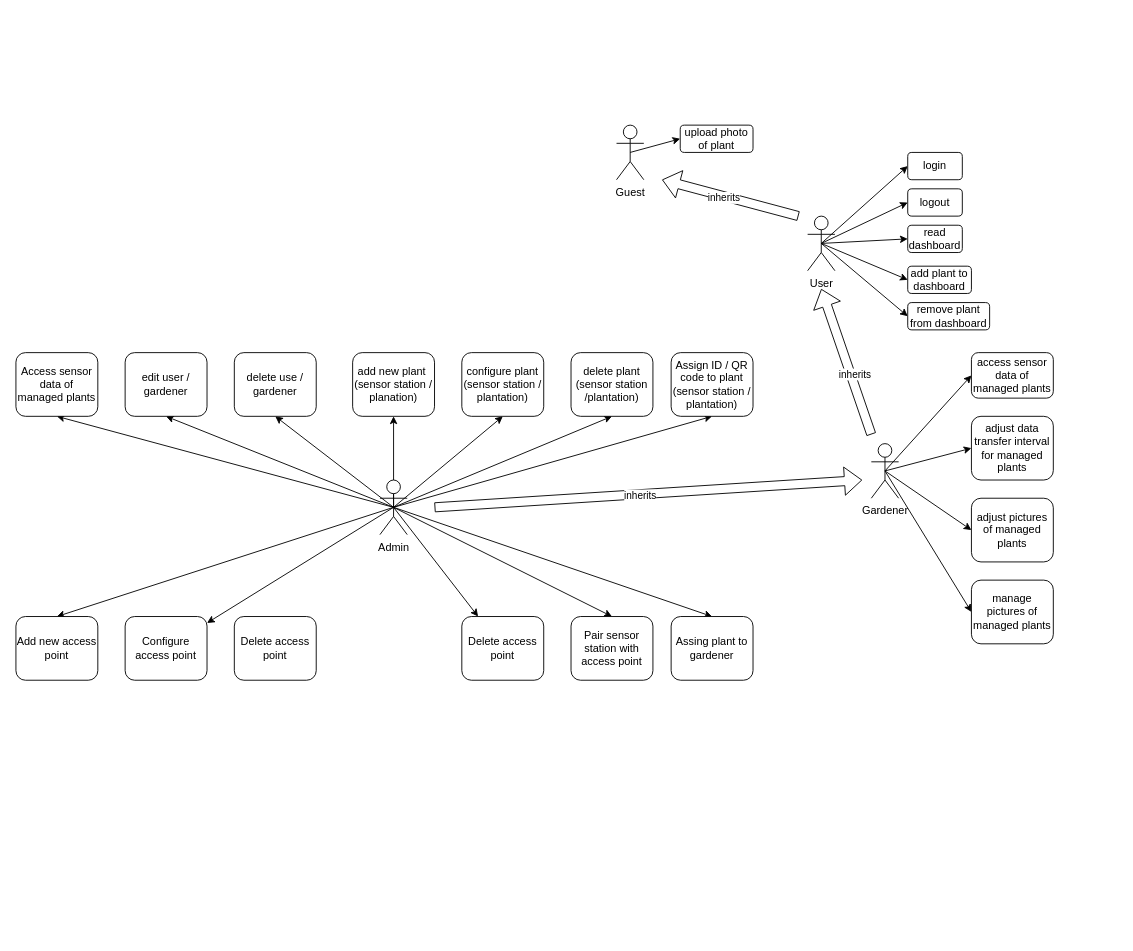
FabioPlunser/SWE keeps this draw.io diagram as Diagrams/use-case-diagram.drawio. Above is the earlier version. Source tidied: cells renumbered, new cells numbered last; positions are measured from the earlier drawing's top-left corner, leaving out a move shared by most shapes. Both pictures are drawn from the tidied source at 91%, with x=0, y=0 at pixel (15, 125).
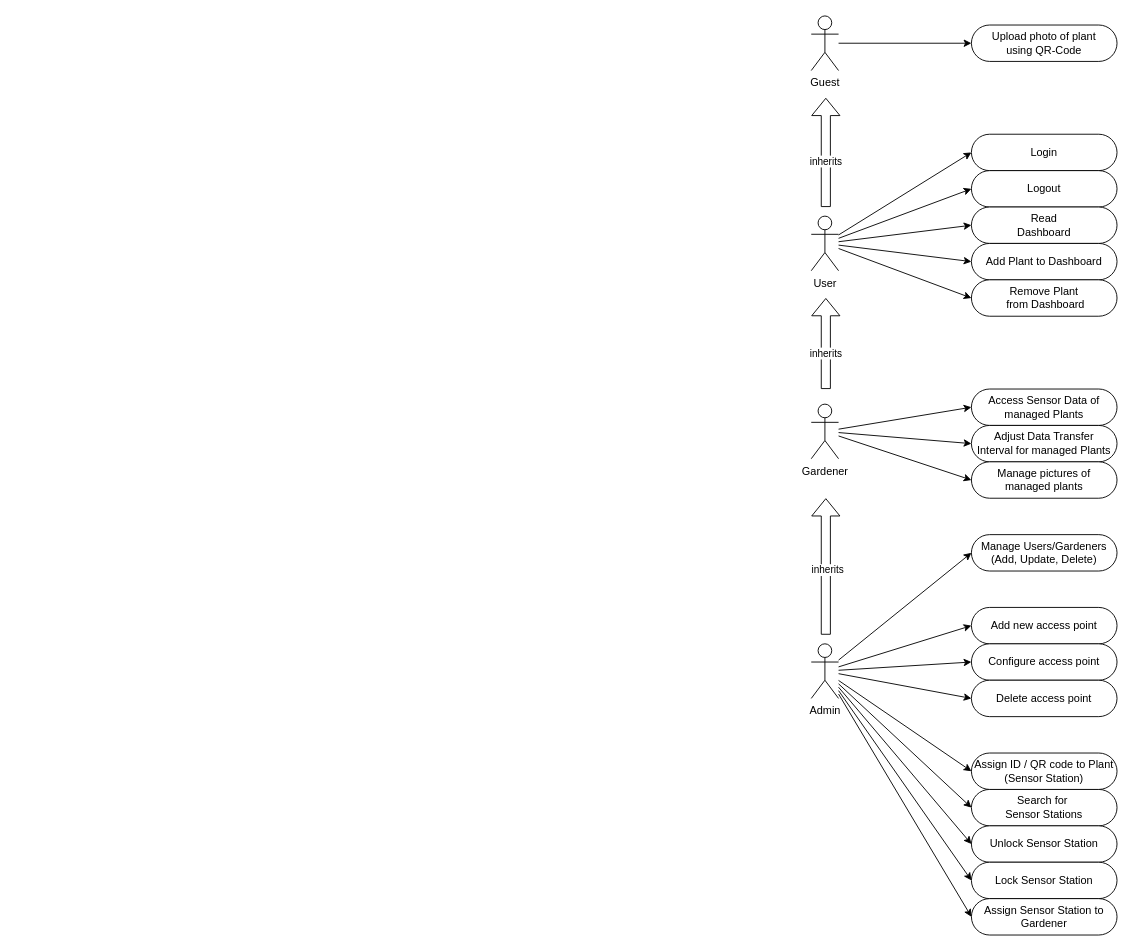
The same page after the edit.

Commit message (it also covers changes not shown here):
Fixed Use Case Diagram

What changed in the source:
```diff
@@
-    <mxCell id="2" style="rounded=0;jettySize=auto;html=1;exitX=0.5;exitY=0.5;exitDx=0;exitDy=0;exitPerimeter=0;entryX=0;entryY=0.5;entryDx=0;entryDy=0;" parent="1" edge="1" source="9" target="10">
+    <mxCell id="2" style="rounded=0;jettySize=auto;html=1;entryX=0;entryY=0.5;entryDx=0;entryDy=0;" parent="1" edge="1" source="9" target="10">
       <mxGeometry relative="1" as="geometry" />
     </mxCell>
-    <mxCell id="3" style="rounded=0;jettySize=auto;html=1;exitX=0.5;exitY=0.5;exitDx=0;exitDy=0;exitPerimeter=0;entryX=0;entryY=0.5;entryDx=0;entryDy=0;" parent="1" edge="1" source="9" target="11">
+    <mxCell id="3" style="rounded=0;jettySize=auto;html=1;entryX=0;entryY=0.5;entryDx=0;entryDy=0;" parent="1" edge="1" source="9" target="11">
       <mxGeometry relative="1" as="geometry" />
     </mxCell>
-    <mxCell id="4" style="rounded=0;jettySize=auto;html=1;exitX=0.5;exitY=0.5;exitDx=0;exitDy=0;exitPerimeter=0;entryX=0;entryY=0.5;entryDx=0;entryDy=0;" parent="1" edge="1" source="9" target="12">
+    <mxCell id="4" style="rounded=0;jettySize=auto;html=1;entryX=0;entryY=0.5;entryDx=0;entryDy=0;" parent="1" edge="1" source="9" target="12">
       <mxGeometry relative="1" as="geometry" />
     </mxCell>
-    <mxCell id="5" style="rounded=0;jettySize=auto;html=1;exitX=0.5;exitY=0.5;exitDx=0;exitDy=0;exitPerimeter=0;entryX=0;entryY=0.5;entryDx=0;entryDy=0;" parent="1" edge="1" source="9" target="13">
+    <mxCell id="5" style="rounded=0;jettySize=auto;html=1;entryX=0;entryY=0.5;entryDx=0;entryDy=0;" parent="1" edge="1" source="9" target="13">
       <mxGeometry relative="1" as="geometry" />
     </mxCell>
-    <mxCell id="6" style="rounded=0;jettySize=auto;html=1;exitX=0.5;exitY=0.5;exitDx=0;exitDy=0;exitPerimeter=0;entryX=0;entryY=0.5;entryDx=0;entryDy=0;" parent="1" edge="1" source="9" target="14">
+    <mxCell id="6" style="rounded=0;jettySize=auto;html=1;entryX=0;entryY=0.5;entryDx=0;entryDy=0;" parent="1" edge="1" source="9" target="14">
       <mxGeometry relative="1" as="geometry" />
     </mxCell>
     <mxCell id="7" style="rounded=0;orthogonalLoop=1;jettySize=auto;html=1;endArrow=block;endFill=0;shape=flexArrow;" parent="1" edge="1">
       <mxGeometry relative="1" as="geometry">
-        <mxPoint x="860" y="100" as="sourcePoint" />
-        <mxPoint x="710" y="60" as="targetPoint" />
+        <mxPoint x="890" y="90" as="sourcePoint" />
+        <mxPoint x="890" y="-30" as="targetPoint" />
       </mxGeometry>
     </mxCell>
     <mxCell id="8" value="inherits" style="edgeLabel;html=1;align=center;verticalAlign=middle;" parent="7" vertex="1">
-      <mxGeometry x="0.1" y="1" relative="1" as="geometry" />
+      <mxGeometry x="0.1" y="1" relative="1" as="geometry">
+        <mxPoint y="15" as="offset" />
+      </mxGeometry>
     </mxCell>
     <mxCell id="9" value="User&lt;br&gt;" style="shape=umlActor;verticalLabelPosition=bottom;verticalAlign=top;html=1;outlineConnect=0;" parent="1" vertex="1">
-      <mxGeometry x="870" y="100" width="30" height="60" as="geometry" />
+      <mxGeometry x="874" y="100" width="30" height="60" as="geometry" />
     </mxCell>
-    <mxCell id="10" value="login" style="rounded=1;whiteSpace=wrap;html=1;" parent="1" vertex="1">
-      <mxGeometry x="980" y="30" width="60" height="30" as="geometry" />
+    <mxCell id="10" value="Login" style="rounded=1;whiteSpace=wrap;html=1;arcSize=50;" parent="1" vertex="1">
+      <mxGeometry x="1050" y="10" width="160" height="40" as="geometry" />
     </mxCell>
-    <mxCell id="11" value="logout" style="rounded=1;whiteSpace=wrap;html=1;" parent="1" vertex="1">
-      <mxGeometry x="980" y="70" width="60" height="30" as="geometry" />
+    <mxCell id="11" value="Logout" style="rounded=1;whiteSpace=wrap;html=1;arcSize=50;" parent="1" vertex="1">
+      <mxGeometry x="1050" y="50" width="160" height="40" as="geometry" />
     </mxCell>
-    <mxCell id="12" value="read&lt;br&gt;dashboard" style="rounded=1;whiteSpace=wrap;html=1;" parent="1" vertex="1">
-      <mxGeometry x="980" y="110" width="60" height="30" as="geometry" />
+    <mxCell id="12" value="Read&lt;br&gt;Dashboard" style="rounded=1;whiteSpace=wrap;html=1;arcSize=50;" parent="1" vertex="1">
+      <mxGeometry x="1050" y="90" width="160" height="40" as="geometry" />
     </mxCell>
-    <mxCell id="13" value="add plant to dashboard" style="rounded=1;whiteSpace=wrap;html=1;" parent="1" vertex="1">
-      <mxGeometry x="980" y="155" width="70" height="30" as="geometry" />
+    <mxCell id="13" value="Add Plant to Dashboard" style="rounded=1;whiteSpace=wrap;html=1;arcSize=50;" parent="1" vertex="1">
+      <mxGeometry x="1050" y="130" width="160" height="40" as="geometry" />
     </mxCell>
-    <mxCell id="14" value="remove plant from dashboard" style="rounded=1;whiteSpace=wrap;html=1;" parent="1" vertex="1">
-      <mxGeometry x="980" y="195" width="90" height="30" as="geometry" />
+    <mxCell id="14" value="Remove Plant&lt;br&gt;&amp;nbsp;from Dashboard" style="rounded=1;whiteSpace=wrap;html=1;arcSize=50;" parent="1" vertex="1">
+      <mxGeometry x="1050" y="170" width="160" height="40" as="geometry" />
     </mxCell>
-    <mxCell id="15" style="rounded=0;jettySize=auto;html=1;exitX=0.5;exitY=0.5;exitDx=0;exitDy=0;exitPerimeter=0;entryX=0;entryY=0.5;entryDx=0;entryDy=0;" parent="1" edge="1" source="21" target="22">
+    <mxCell id="15" style="rounded=0;jettySize=auto;html=1;entryX=0;entryY=0.5;entryDx=0;entryDy=0;" parent="1" edge="1" source="21" target="22">
       <mxGeometry relative="1" as="geometry" />
     </mxCell>
-    <mxCell id="16" style="rounded=0;jettySize=auto;html=1;exitX=0.5;exitY=0.5;exitDx=0;exitDy=0;exitPerimeter=0;entryX=0;entryY=0.5;entryDx=0;entryDy=0;" parent="1" edge="1" source="21" target="23">
+    <mxCell id="16" style="rounded=0;jettySize=auto;html=1;entryX=0;entryY=0.5;entryDx=0;entryDy=0;" parent="1" edge="1" source="21" target="23">
       <mxGeometry relative="1" as="geometry" />
     </mxCell>
-    <mxCell id="17" style="rounded=0;jettySize=auto;html=1;exitX=0.5;exitY=0.5;exitDx=0;exitDy=0;exitPerimeter=0;entryX=0;entryY=0.5;entryDx=0;entryDy=0;" parent="1" edge="1" source="21" target="24">
+    <mxCell id="17" style="rounded=0;jettySize=auto;html=1;entryX=0;entryY=0.5;entryDx=0;entryDy=0;" parent="1" edge="1" source="21" target="25">
       <mxGeometry relative="1" as="geometry" />
     </mxCell>
-    <mxCell id="18" style="rounded=0;jettySize=auto;html=1;exitX=0.5;exitY=0.5;exitDx=0;exitDy=0;exitPerimeter=0;entryX=0;entryY=0.5;entryDx=0;entryDy=0;" parent="1" edge="1" source="21" target="25">
-      <mxGeometry relative="1" as="geometry" />
-    </mxCell>
     <mxCell id="19" style="rounded=0;orthogonalLoop=1;jettySize=auto;html=1;endArrow=block;endFill=0;shape=flexArrow;" parent="1" edge="1">
       <mxGeometry relative="1" as="geometry">
-        <mxPoint x="940" y="340" as="sourcePoint" />
-        <mxPoint x="885" y="180" as="targetPoint" />
+        <mxPoint x="890" y="290" as="sourcePoint" />
+        <mxPoint x="890" y="190" as="targetPoint" />
       </mxGeometry>
     </mxCell>
     <mxCell id="20" value="inherits" style="edgeLabel;html=1;align=center;verticalAlign=middle;" parent="19" vertex="1">
-      <mxGeometry x="-0.19" y="-4" relative="1" as="geometry" />
+      <mxGeometry x="-0.19" y="-4" relative="1" as="geometry">
+        <mxPoint x="-5" y="1" as="offset" />
+      </mxGeometry>
     </mxCell>
     <mxCell id="21" value="Gardener" style="shape=umlActor;verticalLabelPosition=bottom;verticalAlign=top;html=1;outlineConnect=0;align=center;" parent="1" vertex="1">
-      <mxGeometry x="940" y="350" width="30" height="60" as="geometry" />
+      <mxGeometry x="874" y="306.6" width="30" height="60" as="geometry" />
     </mxCell>
-    <mxCell id="22" value="access sensor data of managed plants" style="rounded=1;whiteSpace=wrap;html=1;" parent="1" vertex="1">
-      <mxGeometry x="1050" y="250" width="90" height="50" as="geometry" />
+    <mxCell id="22" value="Access Sensor Data of managed Plants" style="rounded=1;whiteSpace=wrap;html=1;arcSize=50;" parent="1" vertex="1">
+      <mxGeometry x="1050" y="290" width="160" height="40" as="geometry" />
     </mxCell>
-    <mxCell id="23" value="adjust data transfer interval for managed plants" style="rounded=1;whiteSpace=wrap;html=1;" parent="1" vertex="1">
-      <mxGeometry x="1050" y="320" width="90" height="70" as="geometry" />
+    <mxCell id="23" value="Adjust Data Transfer &lt;br&gt;Interval for managed Plants" style="rounded=1;whiteSpace=wrap;html=1;arcSize=50;" parent="1" vertex="1">
+      <mxGeometry x="1050" y="330" width="160" height="40" as="geometry" />
     </mxCell>
-    <mxCell id="24" value="adjust pictures of managed plants" style="rounded=1;whiteSpace=wrap;html=1;" parent="1" vertex="1">
-      <mxGeometry x="1050" y="410" width="90" height="70" as="geometry" />
-    </mxCell>
-    <mxCell id="25" value="manage pictures of managed plants" style="rounded=1;whiteSpace=wrap;html=1;" parent="1" vertex="1">
-      <mxGeometry x="1050" y="500" width="90" height="70" as="geometry" />
+    <mxCell id="25" value="Manage pictures of &lt;br&gt;managed plants" style="rounded=1;whiteSpace=wrap;html=1;arcSize=50;" parent="1" vertex="1">
+      <mxGeometry x="1050" y="370" width="160" height="40" as="geometry" />
     </mxCell>
-    <mxCell id="26" style="rounded=0;jettySize=auto;html=1;exitX=0.5;exitY=0.5;exitDx=0;exitDy=0;exitPerimeter=0;entryX=0.5;entryY=1;entryDx=0;entryDy=0;" parent="1" edge="1" source="40" target="41">
-      <mxGeometry relative="1" as="geometry" />
-    </mxCell>
-    <mxCell id="27" style="rounded=0;jettySize=auto;html=1;exitX=0.5;exitY=0.5;exitDx=0;exitDy=0;exitPerimeter=0;entryX=0.5;entryY=1;entryDx=0;entryDy=0;" parent="1" edge="1" source="40" target="42">
+    <mxCell id="27" style="rounded=0;jettySize=auto;html=1;entryX=0;entryY=0.5;entryDx=0;entryDy=0;" parent="1" edge="1" source="40" target="48">
       <mxGeometry relative="1" as="geometry" />
     </mxCell>
-    <mxCell id="28" style="rounded=0;jettySize=auto;html=1;exitX=0.5;exitY=0.5;exitDx=0;exitDy=0;exitPerimeter=0;entryX=0.5;entryY=1;entryDx=0;entryDy=0;" parent="1" edge="1" source="40" target="43">
+    <mxCell id="28" style="rounded=0;jettySize=auto;html=1;entryX=0;entryY=0.5;entryDx=0;entryDy=0;" parent="1" edge="1" source="40" target="43">
       <mxGeometry relative="1" as="geometry" />
     </mxCell>
-    <mxCell id="29" style="edgeStyle=orthogonalEdgeStyle;rounded=0;jettySize=auto;html=1;exitX=0.5;exitY=0.5;exitDx=0;exitDy=0;exitPerimeter=0;entryX=0.5;entryY=1;entryDx=0;entryDy=0;" parent="1" edge="1" source="40" target="44">
+    <mxCell id="29" style="rounded=0;jettySize=auto;html=1;entryX=0;entryY=0.5;entryDx=0;entryDy=0;" parent="1" edge="1" source="40" target="44">
       <mxGeometry relative="1" as="geometry" />
     </mxCell>
-    <mxCell id="30" style="rounded=0;jettySize=auto;html=1;exitX=0.5;exitY=0.5;exitDx=0;exitDy=0;exitPerimeter=0;entryX=0.5;entryY=1;entryDx=0;entryDy=0;" parent="1" edge="1" source="40" target="45">
+    <mxCell id="30" style="rounded=0;jettySize=auto;html=1;entryX=0;entryY=0.5;entryDx=0;entryDy=0;" parent="1" edge="1" source="40" target="45">
       <mxGeometry relative="1" as="geometry" />
     </mxCell>
-    <mxCell id="31" style="rounded=0;jettySize=auto;html=1;exitX=0.5;exitY=0.5;exitDx=0;exitDy=0;exitPerimeter=0;entryX=0.5;entryY=1;entryDx=0;entryDy=0;" parent="1" edge="1" source="40" target="46">
+    <mxCell id="31" style="rounded=0;jettySize=auto;html=1;entryX=0;entryY=0.5;entryDx=0;entryDy=0;" parent="1" edge="1" source="40" target="46">
       <mxGeometry relative="1" as="geometry" />
     </mxCell>
-    <mxCell id="32" style="rounded=0;jettySize=auto;html=1;exitX=0.5;exitY=0.5;exitDx=0;exitDy=0;exitPerimeter=0;entryX=0.5;entryY=1;entryDx=0;entryDy=0;" parent="1" edge="1" source="40" target="47">
+    <mxCell id="32" style="rounded=0;jettySize=auto;html=1;entryX=0;entryY=0.5;entryDx=0;entryDy=0;" parent="1" edge="1" source="40" target="47">
       <mxGeometry relative="1" as="geometry" />
     </mxCell>
-    <mxCell id="33" style="rounded=0;jettySize=auto;html=1;exitX=0.5;exitY=0.5;exitDx=0;exitDy=0;exitPerimeter=0;entryX=0.5;entryY=0;entryDx=0;entryDy=0;" parent="1" edge="1" source="40" target="48">
-      <mxGeometry relative="1" as="geometry" />
-    </mxCell>
-    <mxCell id="34" style="rounded=0;jettySize=auto;html=1;exitX=0.5;exitY=0.5;exitDx=0;exitDy=0;exitPerimeter=0;" parent="1" edge="1" source="40" target="49">
+    <mxCell id="34" style="rounded=0;jettySize=auto;html=1;entryX=0;entryY=0.5;entryDx=0;entryDy=0;" parent="1" edge="1" source="40" target="49">
       <mxGeometry relative="1" as="geometry" />
     </mxCell>
-    <mxCell id="35" style="rounded=0;jettySize=auto;html=1;exitX=0.5;exitY=0.5;exitDx=0;exitDy=0;exitPerimeter=0;" parent="1" edge="1" source="40" target="51">
-      <mxGeometry relative="1" as="geometry" />
-    </mxCell>
-    <mxCell id="36" style="rounded=0;jettySize=auto;html=1;exitX=0.5;exitY=0.5;exitDx=0;exitDy=0;exitPerimeter=0;entryX=0.5;entryY=0;entryDx=0;entryDy=0;" parent="1" edge="1" source="40" target="52">
-      <mxGeometry relative="1" as="geometry" />
-    </mxCell>
-    <mxCell id="37" style="rounded=0;jettySize=auto;html=1;exitX=0.5;exitY=0.5;exitDx=0;exitDy=0;exitPerimeter=0;entryX=0.5;entryY=0;entryDx=0;entryDy=0;" parent="1" edge="1" source="40" target="53">
+    <mxCell id="37" style="rounded=0;jettySize=auto;html=1;entryX=0;entryY=0.5;entryDx=0;entryDy=0;" parent="1" edge="1" source="40" target="53">
       <mxGeometry relative="1" as="geometry" />
     </mxCell>
     <mxCell id="38" style="rounded=0;orthogonalLoop=1;jettySize=auto;html=1;endArrow=block;endFill=0;strokeColor=default;shape=flexArrow;" parent="1" edge="1">
       <mxGeometry relative="1" as="geometry">
-        <mxPoint x="460" y="420" as="sourcePoint" />
-        <mxPoint x="930" y="390" as="targetPoint" />
+        <mxPoint x="890" y="560" as="sourcePoint" />
+        <mxPoint x="890" y="410" as="targetPoint" />
       </mxGeometry>
     </mxCell>
@@
+    <mxCell id="57" style="rounded=0;jettySize=auto;html=1;entryX=0;entryY=0.5;entryDx=0;entryDy=0;" parent="1" edge="1" source="40" target="50">
+      <mxGeometry relative="1" as="geometry" />
+    </mxCell>
     <mxCell id="40" value="Admin" style="shape=umlActor;verticalLabelPosition=bottom;verticalAlign=top;html=1;outlineConnect=0;" parent="1" vertex="1">
-      <mxGeometry x="400" y="390" width="30" height="60" as="geometry" />
+      <mxGeometry x="874" y="570" width="30" height="60" as="geometry" />
     </mxCell>
-    <mxCell id="41" value="Access sensor data of managed plants" style="rounded=1;whiteSpace=wrap;html=1;" parent="1" vertex="1">
-      <mxGeometry y="250" width="90" height="70" as="geometry" />
-    </mxCell>
-    <mxCell id="42" value="edit user / gardener" style="rounded=1;whiteSpace=wrap;html=1;" parent="1" vertex="1">
-      <mxGeometry x="120" y="250" width="90" height="70" as="geometry" />
-    </mxCell>
-    <mxCell id="43" value="delete use / gardener" style="rounded=1;whiteSpace=wrap;html=1;" parent="1" vertex="1">
-      <mxGeometry x="240" y="250" width="90" height="70" as="geometry" />
+    <mxCell id="43" value="Manage Users/Gardeners&lt;br&gt;(Add, Update, Delete)" style="rounded=1;whiteSpace=wrap;html=1;arcSize=50;" parent="1" vertex="1">
+      <mxGeometry x="1050" y="450" width="160" height="40" as="geometry" />
     </mxCell>
-    <mxCell id="44" value="add new plant&amp;nbsp;&lt;br&gt;(sensor station / planation)" style="rounded=1;whiteSpace=wrap;html=1;" parent="1" vertex="1">
-      <mxGeometry x="370" y="250" width="90" height="70" as="geometry" />
+    <mxCell id="44" value="Search for&amp;nbsp;&lt;br&gt;Sensor Stations" style="rounded=1;whiteSpace=wrap;html=1;arcSize=50;" parent="1" vertex="1">
+      <mxGeometry x="1050" y="730" width="160" height="40" as="geometry" />
     </mxCell>
-    <mxCell id="45" value="configure plant&lt;br&gt;(sensor station / plantation)" style="rounded=1;whiteSpace=wrap;html=1;" parent="1" vertex="1">
-      <mxGeometry x="490" y="250" width="90" height="70" as="geometry" />
+    <mxCell id="45" value="Unlock Sensor Station" style="rounded=1;whiteSpace=wrap;html=1;arcSize=50;" parent="1" vertex="1">
+      <mxGeometry x="1050" y="770" width="160" height="40" as="geometry" />
     </mxCell>
-    <mxCell id="46" value="delete plant (sensor station /plantation)" style="rounded=1;whiteSpace=wrap;html=1;" parent="1" vertex="1">
-      <mxGeometry x="610" y="250" width="90" height="70" as="geometry" />
+    <mxCell id="46" value="Lock Sensor Station" style="rounded=1;whiteSpace=wrap;html=1;arcSize=50;" parent="1" vertex="1">
+      <mxGeometry x="1050" y="810" width="160" height="40" as="geometry" />
     </mxCell>
-    <mxCell id="47" value="Assign ID / QR code to plant (sensor station / plantation)" style="rounded=1;whiteSpace=wrap;html=1;" parent="1" vertex="1">
-      <mxGeometry x="720" y="250" width="90" height="70" as="geometry" />
+    <mxCell id="47" value="Assign ID / QR code to Plant (Sensor Station)" style="rounded=1;whiteSpace=wrap;html=1;arcSize=50;" parent="1" vertex="1">
+      <mxGeometry x="1050" y="690" width="160" height="40" as="geometry" />
     </mxCell>
-    <mxCell id="48" value="Add new access point" style="rounded=1;whiteSpace=wrap;html=1;" parent="1" vertex="1">
-      <mxGeometry y="540" width="90" height="70" as="geometry" />
+    <mxCell id="48" value="Add new access point" style="rounded=1;whiteSpace=wrap;html=1;arcSize=50;" parent="1" vertex="1">
+      <mxGeometry x="1050" y="530" width="160" height="40" as="geometry" />
     </mxCell>
-    <mxCell id="49" value="Configure access point" style="rounded=1;whiteSpace=wrap;html=1;" parent="1" vertex="1">
-      <mxGeometry x="120" y="540" width="90" height="70" as="geometry" />
+    <mxCell id="49" value="Configure access point" style="rounded=1;whiteSpace=wrap;html=1;arcSize=50;" parent="1" vertex="1">
+      <mxGeometry x="1050" y="570" width="160" height="40" as="geometry" />
     </mxCell>
-    <mxCell id="50" value="Delete access point" style="rounded=1;whiteSpace=wrap;html=1;" parent="1" vertex="1">
-      <mxGeometry x="240" y="540" width="90" height="70" as="geometry" />
+    <mxCell id="50" value="Delete access point" style="rounded=1;whiteSpace=wrap;html=1;arcSize=50;" parent="1" vertex="1">
+      <mxGeometry x="1050" y="610" width="160" height="40" as="geometry" />
     </mxCell>
-    <mxCell id="51" value="Delete access point" style="rounded=1;whiteSpace=wrap;html=1;" parent="1" vertex="1">
-      <mxGeometry x="490" y="540" width="90" height="70" as="geometry" />
-    </mxCell>
-    <mxCell id="52" value="Pair sensor station with access point" style="rounded=1;whiteSpace=wrap;html=1;" parent="1" vertex="1">
-      <mxGeometry x="610" y="540" width="90" height="70" as="geometry" />
-    </mxCell>
-    <mxCell id="53" value="Assing plant to gardener" style="rounded=1;whiteSpace=wrap;html=1;" parent="1" vertex="1">
-      <mxGeometry x="720" y="540" width="90" height="70" as="geometry" />
+    <mxCell id="53" value="Assign Sensor Station to Gardener" style="rounded=1;whiteSpace=wrap;html=1;arcSize=50;" parent="1" vertex="1">
+      <mxGeometry x="1050" y="850" width="160" height="40" as="geometry" />
     </mxCell>
-    <mxCell id="54" style="rounded=0;jettySize=auto;html=1;exitX=0.5;exitY=0.5;exitDx=0;exitDy=0;exitPerimeter=0;entryX=0;entryY=0.5;entryDx=0;entryDy=0;" parent="1" edge="1" source="55" target="56">
+    <mxCell id="54" style="rounded=0;jettySize=auto;html=1;entryX=0;entryY=0.5;entryDx=0;entryDy=0;" parent="1" edge="1" source="55" target="56">
       <mxGeometry relative="1" as="geometry" />
     </mxCell>
     <mxCell id="55" value="Guest" style="shape=umlActor;verticalLabelPosition=bottom;verticalAlign=top;html=1;outlineConnect=0;" parent="1" vertex="1">
-      <mxGeometry x="660" width="30" height="60" as="geometry" />
+      <mxGeometry x="874" y="-120" width="30" height="60" as="geometry" />
     </mxCell>
-    <mxCell id="56" value="upload photo of plant" style="rounded=1;whiteSpace=wrap;html=1;" parent="1" vertex="1">
-      <mxGeometry x="730" width="80" height="30" as="geometry" />
+    <mxCell id="56" value="Upload photo of plant&lt;br&gt;using QR-Code" style="rounded=1;whiteSpace=wrap;html=1;arcSize=50;" parent="1" vertex="1">
+      <mxGeometry x="1050" y="-110" width="160" height="40" as="geometry" />
     </mxCell>
```
